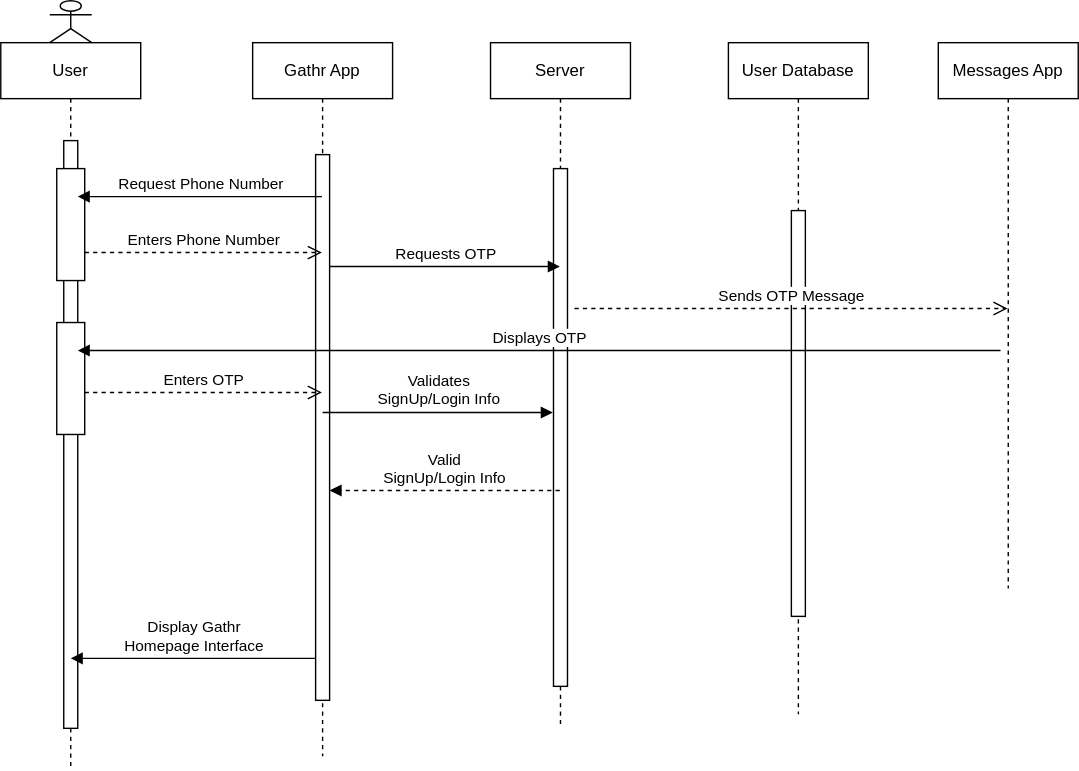
Earlier version of the draw.io export SignUp/LogIn.drawio.svg (Adama-merson/UML-Diagrams). Source tidied: cells renumbered, new cells last; positions are measured from the earlier drawing's top-left corner, leaving out a move shared by most shapes.
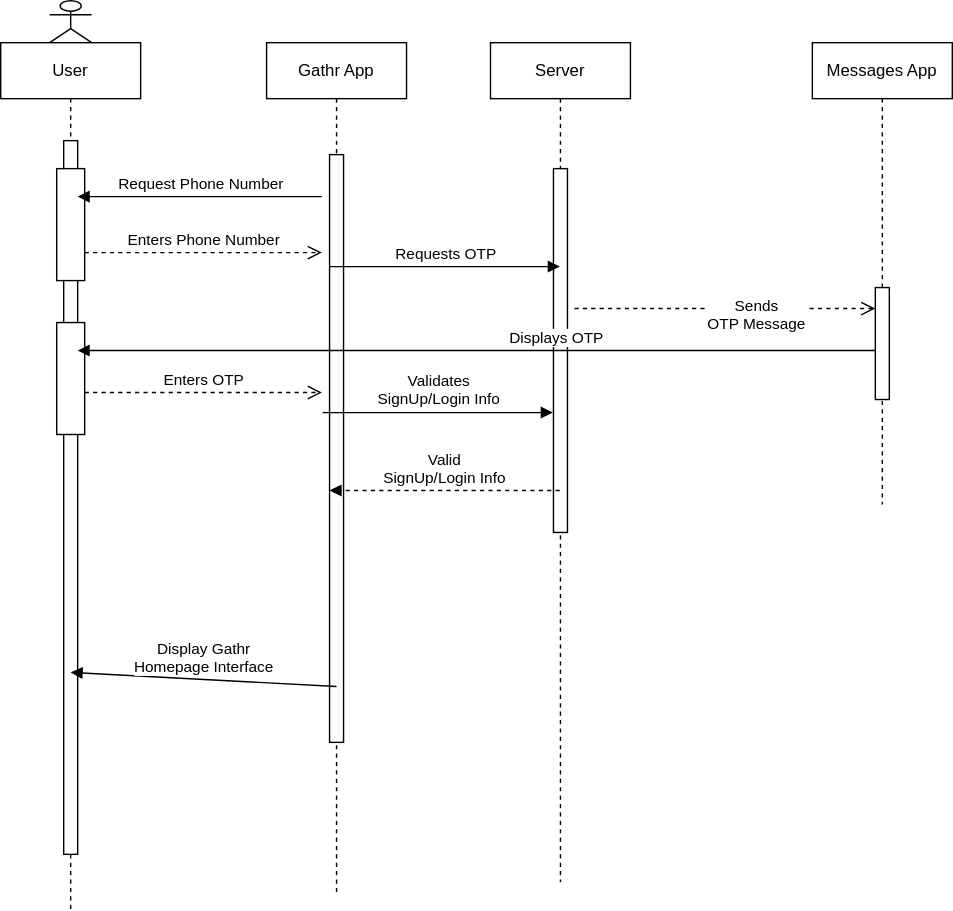
Later version of the same file.

What changed in the source:
```diff
@@ -2,11 +2,22 @@
   <root>
     <mxCell id="0" />
     <mxCell id="1" parent="0" />
+    <mxCell id="23" style="html=1;verticalAlign=bottom;endArrow=open;dashed=1;endSize=8;curved=0;rounded=0;" parent="1" edge="1" target="24">
+      <mxGeometry relative="1" as="geometry">
+        <mxPoint x="410" y="220" as="sourcePoint" />
+      </mxGeometry>
+    </mxCell>
+    <mxCell id="21" value="Messages App" style="shape=umlLifeline;perimeter=lifelinePerimeter;whiteSpace=wrap;html=1;outlineConnect=0;portConstraint=eastwest;newEdgeStyle={&quot;curved&quot;:0,&quot;rounded&quot;:0};" parent="1" vertex="1">
+      <mxGeometry x="580" y="30" width="100" height="330" as="geometry" />
+    </mxCell>
+    <mxCell id="24" style="html=1;points=[[0,0,0,0,5],[0,1,0,0,-5],[1,0,0,0,5],[1,1,0,0,-5]];perimeter=orthogonalPerimeter;outlineConnect=0;targetShapes=umlLifeline;portConstraint=eastwest;newEdgeStyle={&quot;curved&quot;:0,&quot;rounded&quot;:0};" parent="1" vertex="1">
+      <mxGeometry x="625" y="205" width="10" height="80" as="geometry" />
+    </mxCell>
     <mxCell id="2" value="User" style="shape=umlLifeline;perimeter=lifelinePerimeter;whiteSpace=wrap;html=1;newEdgeStyle={&quot;edgeStyle&quot;:&quot;elbowEdgeStyle&quot;,&quot;elbow&quot;:&quot;vertical&quot;,&quot;curved&quot;:0,&quot;rounded&quot;:0};" parent="1" vertex="1">
-      <mxGeometry y="30" width="100" height="520" as="geometry" />
+      <mxGeometry y="30" width="100" height="620" as="geometry" />
     </mxCell>
     <mxCell id="3" style="html=1;perimeter=orthogonalPerimeter;targetShapes=umlLifeline;newEdgeStyle={&quot;edgeStyle&quot;:&quot;elbowEdgeStyle&quot;,&quot;elbow&quot;:&quot;vertical&quot;,&quot;curved&quot;:0,&quot;rounded&quot;:0};" parent="2" vertex="1">
-      <mxGeometry x="45" y="70" width="10" height="420" as="geometry" />
+      <mxGeometry x="45" y="70" width="10" height="510" as="geometry" />
     </mxCell>
     <mxCell id="4" style="html=1;perimeter=orthogonalPerimeter;targetShapes=umlLifeline;newEdgeStyle={&quot;curved&quot;:0,&quot;rounded&quot;:0};" parent="2" vertex="1">
       <mxGeometry x="40" y="90" width="20" height="80" as="geometry" />
@@ -15,19 +26,19 @@
       <mxGeometry x="40" y="200" width="20" height="80" as="geometry" />
     </mxCell>
     <mxCell id="6" value="Gathr App" style="shape=umlLifeline;perimeter=lifelinePerimeter;whiteSpace=wrap;html=1;newEdgeStyle={&quot;edgeStyle&quot;:&quot;elbowEdgeStyle&quot;,&quot;elbow&quot;:&quot;vertical&quot;,&quot;curved&quot;:0,&quot;rounded&quot;:0};" parent="1" vertex="1">
-      <mxGeometry x="180" y="30" width="100" height="510" as="geometry" />
+      <mxGeometry x="190" y="30" width="100" height="610" as="geometry" />
     </mxCell>
     <mxCell id="7" style="html=1;points=[];perimeter=orthogonalPerimeter;outlineConnect=0;targetShapes=umlLifeline;portConstraint=eastwest;newEdgeStyle={&quot;edgeStyle&quot;:&quot;elbowEdgeStyle&quot;,&quot;elbow&quot;:&quot;vertical&quot;,&quot;curved&quot;:0,&quot;rounded&quot;:0};" parent="6" vertex="1">
-      <mxGeometry x="45" y="80" width="10" height="390" as="geometry" />
+      <mxGeometry x="45" y="80" width="10" height="420" as="geometry" />
     </mxCell>
     <mxCell id="8" style="shape=umlActor;verticalLabelPosition=bottom;verticalAlign=top;html=1;" parent="1" vertex="1">
       <mxGeometry x="35" width="30" height="30" as="geometry" />
     </mxCell>
     <mxCell id="9" value="Server" style="shape=umlLifeline;perimeter=lifelinePerimeter;whiteSpace=wrap;html=1;newEdgeStyle={&quot;curved&quot;:0,&quot;rounded&quot;:0};" parent="1" vertex="1">
-      <mxGeometry x="350" y="30" width="100" height="490" as="geometry" />
+      <mxGeometry x="350" y="30" width="100" height="600" as="geometry" />
     </mxCell>
     <mxCell id="10" style="html=1;perimeter=orthogonalPerimeter;targetShapes=umlLifeline;newEdgeStyle={&quot;curved&quot;:0,&quot;rounded&quot;:0};" parent="9" vertex="1">
-      <mxGeometry x="45" y="90" width="10" height="370" as="geometry" />
+      <mxGeometry x="45" y="90" width="10" height="260" as="geometry" />
     </mxCell>
     <mxCell id="11" value="Requests OTP" style="html=1;verticalAlign=bottom;endArrow=block;curved=0;rounded=0;" parent="1" edge="1">
       <mxGeometry relative="1" as="geometry">
@@ -35,22 +46,15 @@
         <mxPoint x="399.5" y="190" as="targetPoint" />
       </mxGeometry>
     </mxCell>
-    <mxCell id="12" value="User Database" style="shape=umlLifeline;perimeter=lifelinePerimeter;whiteSpace=wrap;html=1;newEdgeStyle={&quot;curved&quot;:0,&quot;rounded&quot;:0};" parent="1" vertex="1">
-      <mxGeometry x="520" y="30" width="100" height="480" as="geometry" />
-    </mxCell>
-    <mxCell id="13" style="html=1;perimeter=orthogonalPerimeter;targetShapes=umlLifeline;newEdgeStyle={&quot;curved&quot;:0,&quot;rounded&quot;:0};" parent="12" vertex="1">
-      <mxGeometry x="45" y="120" width="10" height="290" as="geometry" />
-    </mxCell>
     <mxCell id="14" value="Valid &lt;br&gt;SignUp/Login Info" style="html=1;verticalAlign=bottom;endArrow=block;curved=0;rounded=0;dashed=1;" parent="1" edge="1">
       <mxGeometry relative="1" as="geometry">
         <mxPoint x="399.5" y="350" as="sourcePoint" />
         <mxPoint x="235" y="350" as="targetPoint" />
       </mxGeometry>
     </mxCell>
-    <mxCell id="15" value="Display Gathr&lt;br&gt;Homepage Interface" style="html=1;verticalAlign=bottom;endArrow=block;curved=0;rounded=0;" parent="1" edge="1">
+    <mxCell id="15" value="Display Gathr&lt;br&gt;Homepage Interface" style="html=1;verticalAlign=bottom;endArrow=block;curved=0;rounded=0;exitX=0.5;exitY=0.905;exitDx=0;exitDy=0;exitPerimeter=0;" parent="1" edge="1" source="7">
       <mxGeometry relative="1" as="geometry">
-        <mxPoint x="224.5" y="470" as="sourcePoint" />
-        <mxPoint x="50" y="470" as="targetPoint" />
+        <mxPoint x="50" y="480" as="targetPoint" />
       </mxGeometry>
     </mxCell>
     <mxCell id="16" value="Request Phone Number" style="html=1;verticalAlign=bottom;endArrow=block;curved=0;rounded=0;entryX=1;entryY=0;entryDx=0;entryDy=5;" parent="1" edge="1">
@@ -77,17 +81,13 @@
         <mxPoint x="229.5" y="280" as="targetPoint" />
       </mxGeometry>
     </mxCell>
-    <mxCell id="20" value="Sends OTP Message" style="html=1;verticalAlign=bottom;endArrow=open;dashed=1;endSize=8;curved=0;rounded=0;" parent="1" edge="1" target="21">
-      <mxGeometry relative="1" as="geometry">
-        <mxPoint x="410" y="220" as="sourcePoint" />
+    <mxCell id="20" value="Sends &lt;br&gt;OTP Message" style="html=1;verticalAlign=bottom;endArrow=open;dashed=1;endSize=8;curved=0;rounded=0;" parent="1" edge="1" source="24" target="21">
+      <mxGeometry y="89" relative="1" as="geometry">
+        <mxPoint x="-89" y="-5" as="offset" />
       </mxGeometry>
     </mxCell>
-    <mxCell id="21" value="Messages App" style="shape=umlLifeline;perimeter=lifelinePerimeter;whiteSpace=wrap;html=1;outlineConnect=0;portConstraint=eastwest;newEdgeStyle={&quot;curved&quot;:0,&quot;rounded&quot;:0};" parent="1" vertex="1">
-      <mxGeometry x="670" y="30" width="100" height="390" as="geometry" />
-    </mxCell>
-    <mxCell id="22" value="Displays OTP" style="html=1;verticalAlign=bottom;endArrow=block;curved=0;rounded=0;entryX=1;entryY=0;entryDx=0;entryDy=5;" parent="1" edge="1">
-      <mxGeometry relative="1" as="geometry">
-        <mxPoint x="714.5" y="250" as="sourcePoint" />
+    <mxCell id="22" value="Displays OTP" style="html=1;verticalAlign=bottom;endArrow=block;curved=0;rounded=0;entryX=1;entryY=0;entryDx=0;entryDy=5;" parent="1" edge="1" source="24">
+      <mxGeometry x="-0.2" relative="1" as="geometry">
         <mxPoint x="55" y="250" as="targetPoint" />
       </mxGeometry>
     </mxCell>
```
